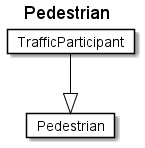
Above: fragments/diagrams/Pedestrian.png in rtigran/rdf2adoc (PlantUML), before the change.
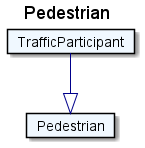
Above is the later version.

The edit, as a diff of the source:
```diff
@@ -1,11 +1,11 @@
 @startuml
 Title Pedestrian
 
-Card Pedestrian #fff [
+Card Pedestrian #F0F8FF [
 Pedestrian
 ]
-Card TrafficParticipant #fff [
+Card TrafficParticipant #F0F8FF [
 TrafficParticipant
 ]
-TrafficParticipant --|> Pedestrian  #000
+TrafficParticipant --|> Pedestrian  #00008B
 @enduml
```
